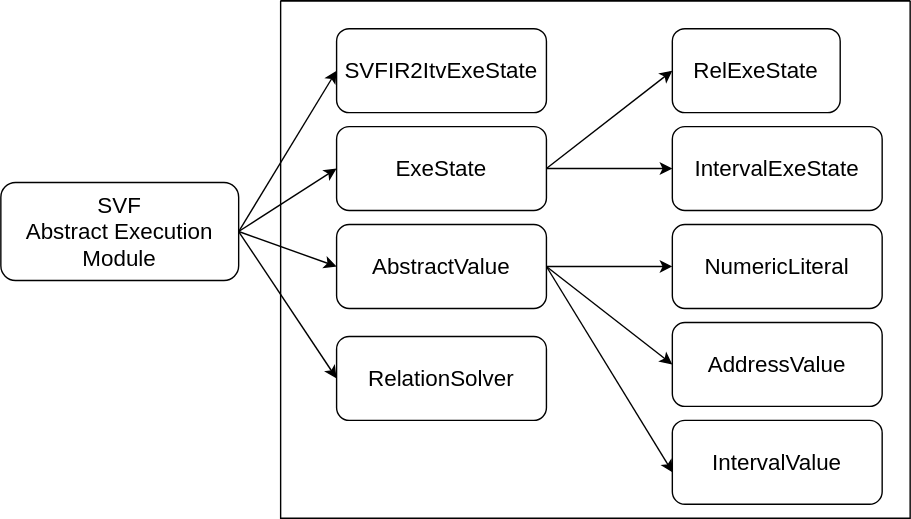
Before: SSE-big-picture.svg, a diagram exported from draw.io (JoelYYoung/pics). Source tidied: cells renumbered, new cells last; positions are measured from the earlier drawing's top-left corner, leaving out a move shared by most shapes.
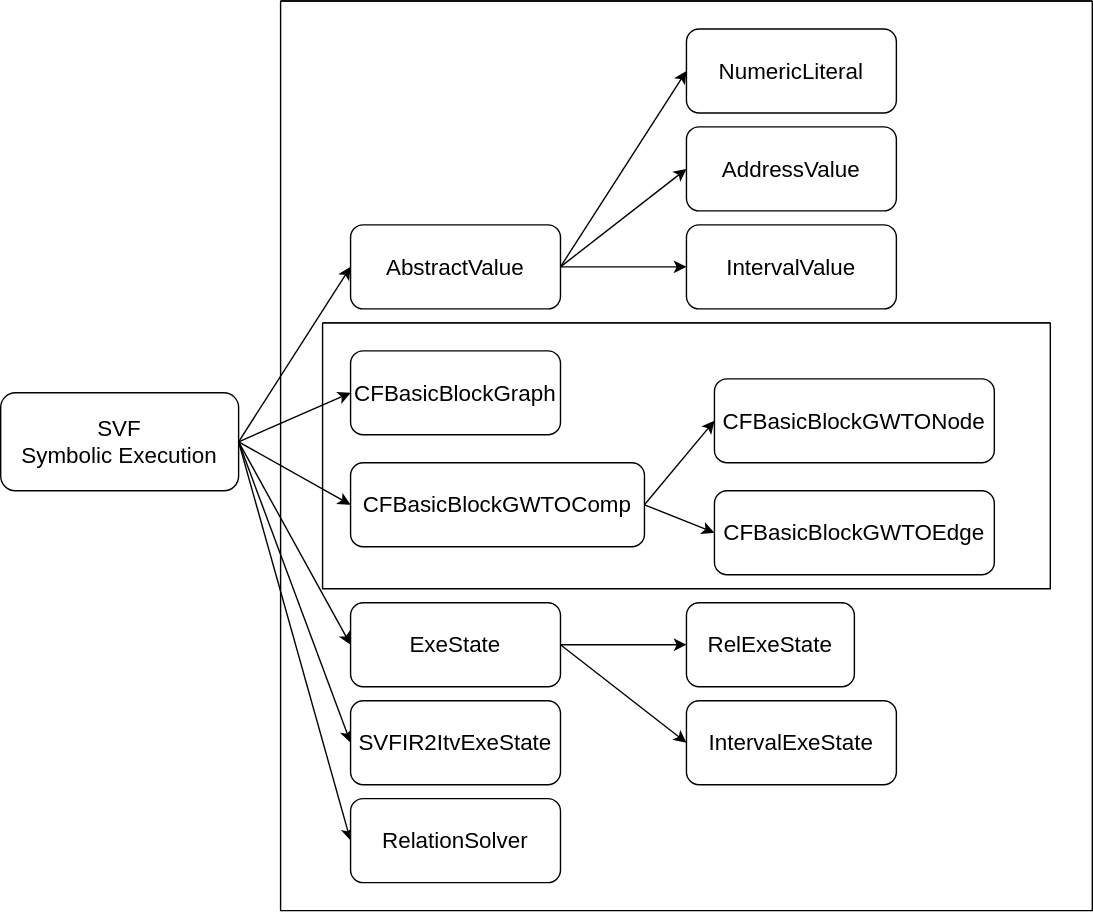
Later version of the same file.

Diff of the diagram source:
```diff
@@ -14,17 +14,23 @@
     <mxCell id="5" style="edgeStyle=none;html=1;exitX=1;exitY=0.5;exitDx=0;exitDy=0;entryX=0;entryY=0.5;entryDx=0;entryDy=0;fontSize=16;" parent="1" edge="1" source="6" target="21">
       <mxGeometry relative="1" as="geometry" />
     </mxCell>
+    <mxCell id="22" style="edgeStyle=none;html=1;exitX=1;exitY=0.5;exitDx=0;exitDy=0;entryX=0;entryY=0.5;entryDx=0;entryDy=0;fontFamily=Times New Roman;fontSize=9;" parent="1" edge="1" source="6" target="30">
+      <mxGeometry relative="1" as="geometry" />
+    </mxCell>
+    <mxCell id="23" style="edgeStyle=none;html=1;exitX=1;exitY=0.5;exitDx=0;exitDy=0;entryX=0;entryY=0.5;entryDx=0;entryDy=0;fontFamily=Times New Roman;fontSize=9;" parent="1" edge="1" source="6" target="27">
+      <mxGeometry relative="1" as="geometry" />
+    </mxCell>
-    <mxCell id="6" value="&lt;span style=&quot;font-size: 16px&quot;&gt;SVF &lt;br&gt;Abstract Execution&lt;br&gt;Module&lt;/span&gt;" style="rounded=1;whiteSpace=wrap;html=1;" parent="1" vertex="1">
+    <mxCell id="6" value="&lt;span style=&quot;font-size: 16px&quot;&gt;SVF &lt;br&gt;Symbolic Execution&lt;br&gt;&lt;/span&gt;" style="rounded=1;whiteSpace=wrap;html=1;" parent="1" vertex="1">
       <mxGeometry y="130" width="170" height="70" as="geometry" />
     </mxCell>
     <mxCell id="7" style="swimlane;startSize=0;shadow=0;fontSize=16;" parent="1" vertex="1">
-      <mxGeometry x="200" width="450" height="370" as="geometry" />
+      <mxGeometry x="200" y="-150" width="580" height="650" as="geometry" />
     </mxCell>
     <mxCell id="8" value="SVFIR2ItvExeState" style="rounded=1;whiteSpace=wrap;html=1;fontSize=16;shadow=0;" parent="7" vertex="1">
-      <mxGeometry x="40" y="20" width="150" height="60" as="geometry" />
+      <mxGeometry x="50" y="500" width="150" height="60" as="geometry" />
     </mxCell>
     <mxCell id="9" value="IntervalExeState" style="rounded=1;whiteSpace=wrap;html=1;shadow=0;fontSize=16;" parent="7" vertex="1">
-      <mxGeometry x="280" y="90" width="150" height="60" as="geometry" />
+      <mxGeometry x="290" y="500" width="150" height="60" as="geometry" />
     </mxCell>
     <mxCell id="10" style="edgeStyle=none;html=1;exitX=1;exitY=0.5;exitDx=0;exitDy=0;entryX=0;entryY=0.5;entryDx=0;entryDy=0;fontSize=16;" parent="7" edge="1" source="12" target="13">
       <mxGeometry relative="1" as="geometry" />
@@ -33,10 +39,10 @@
       <mxGeometry relative="1" as="geometry" />
     </mxCell>
     <mxCell id="12" value="ExeState" style="rounded=1;whiteSpace=wrap;html=1;shadow=0;fontSize=16;" parent="7" vertex="1">
-      <mxGeometry x="40" y="90" width="150" height="60" as="geometry" />
+      <mxGeometry x="50" y="430" width="150" height="60" as="geometry" />
     </mxCell>
     <mxCell id="13" value="RelExeState" style="rounded=1;whiteSpace=wrap;html=1;shadow=0;fontSize=16;" parent="7" vertex="1">
-      <mxGeometry x="280" y="20" width="120" height="60" as="geometry" />
+      <mxGeometry x="290" y="430" width="120" height="60" as="geometry" />
     </mxCell>
     <mxCell id="14" style="edgeStyle=none;html=1;exitX=1;exitY=0.5;exitDx=0;exitDy=0;entryX=0;entryY=0.5;entryDx=0;entryDy=0;fontSize=16;" parent="7" edge="1" source="17" target="18">
       <mxGeometry relative="1" as="geometry" />
@@ -44,23 +50,44 @@
     <mxCell id="15" style="edgeStyle=none;html=1;exitX=1;exitY=0.5;exitDx=0;exitDy=0;entryX=0;entryY=0.5;entryDx=0;entryDy=0;fontSize=16;" parent="7" edge="1" source="17" target="19">
       <mxGeometry relative="1" as="geometry" />
     </mxCell>
-    <mxCell id="16" style="edgeStyle=none;html=1;exitX=1;exitY=0.5;exitDx=0;exitDy=0;entryX=0.002;entryY=0.622;entryDx=0;entryDy=0;entryPerimeter=0;fontSize=16;" parent="7" edge="1" source="17" target="20">
+    <mxCell id="16" style="edgeStyle=none;html=1;exitX=1;exitY=0.5;exitDx=0;exitDy=0;entryX=0;entryY=0.5;entryDx=0;entryDy=0;fontSize=16;" parent="7" edge="1" source="17" target="20">
       <mxGeometry relative="1" as="geometry" />
     </mxCell>
     <mxCell id="17" value="AbstractValue" style="rounded=1;whiteSpace=wrap;html=1;shadow=0;fontSize=16;" parent="7" vertex="1">
-      <mxGeometry x="40" y="160" width="150" height="60" as="geometry" />
+      <mxGeometry x="50" y="160" width="150" height="60" as="geometry" />
     </mxCell>
     <mxCell id="18" value="NumericLiteral" style="rounded=1;whiteSpace=wrap;html=1;shadow=0;fontSize=16;" parent="7" vertex="1">
-      <mxGeometry x="280" y="160" width="150" height="60" as="geometry" />
+      <mxGeometry x="290" y="20" width="150" height="60" as="geometry" />
     </mxCell>
     <mxCell id="19" value="AddressValue" style="rounded=1;whiteSpace=wrap;html=1;shadow=0;fontSize=16;" parent="7" vertex="1">
-      <mxGeometry x="280" y="230" width="150" height="60" as="geometry" />
+      <mxGeometry x="290" y="90" width="150" height="60" as="geometry" />
     </mxCell>
     <mxCell id="20" value="IntervalValue" style="rounded=1;whiteSpace=wrap;html=1;shadow=0;fontSize=16;" parent="7" vertex="1">
-      <mxGeometry x="280" y="300" width="150" height="60" as="geometry" />
+      <mxGeometry x="290" y="160" width="150" height="60" as="geometry" />
     </mxCell>
     <mxCell id="21" value="RelationSolver" style="rounded=1;whiteSpace=wrap;html=1;shadow=0;fontSize=16;" parent="7" vertex="1">
-      <mxGeometry x="40" y="240" width="150" height="60" as="geometry" />
+      <mxGeometry x="50" y="570" width="150" height="60" as="geometry" />
     </mxCell>
+    <mxCell id="24" style="swimlane;startSize=0;fontFamily=Times New Roman;fontSize=9;" parent="7" vertex="1">
+      <mxGeometry x="30" y="230" width="520" height="190" as="geometry" />
+    </mxCell>
+    <mxCell id="25" value="&lt;span style=&quot;font-family: &amp;#34;helvetica&amp;#34; ; font-size: 16px&quot;&gt;CFBasicBlockGWTONode&lt;/span&gt;" style="rounded=1;whiteSpace=wrap;html=1;fontFamily=Times New Roman;fontSize=9;" parent="24" vertex="1">
+      <mxGeometry x="280" y="40" width="200" height="60" as="geometry" />
+    </mxCell>
+    <mxCell id="26" value="&lt;span style=&quot;font-family: &amp;#34;helvetica&amp;#34; ; font-size: 16px&quot;&gt;CFBasicBlockGWTOEdge&lt;/span&gt;" style="rounded=1;whiteSpace=wrap;html=1;fontFamily=Times New Roman;fontSize=9;" parent="24" vertex="1">
+      <mxGeometry x="280" y="120" width="200" height="60" as="geometry" />
+    </mxCell>
+    <mxCell id="27" value="&lt;span style=&quot;font-family: &amp;#34;helvetica&amp;#34; ; font-size: 16px&quot;&gt;CFBasicBlockGWTOComp&lt;/span&gt;" style="rounded=1;whiteSpace=wrap;html=1;fontFamily=Times New Roman;fontSize=9;" parent="24" vertex="1">
+      <mxGeometry x="20" y="100" width="210" height="60" as="geometry" />
+    </mxCell>
+    <mxCell id="28" style="edgeStyle=none;html=1;exitX=1;exitY=0.5;exitDx=0;exitDy=0;entryX=0;entryY=0.5;entryDx=0;entryDy=0;fontFamily=Times New Roman;fontSize=9;" parent="24" edge="1" source="27" target="25">
+      <mxGeometry relative="1" as="geometry" />
+    </mxCell>
+    <mxCell id="29" style="edgeStyle=none;html=1;exitX=1;exitY=0.5;exitDx=0;exitDy=0;entryX=0;entryY=0.5;entryDx=0;entryDy=0;fontFamily=Times New Roman;fontSize=9;" parent="24" edge="1" source="27" target="26">
+      <mxGeometry relative="1" as="geometry" />
+    </mxCell>
+    <mxCell id="30" value="&lt;span style=&quot;font-family: &amp;#34;helvetica&amp;#34; ; font-size: 16px&quot;&gt;CFBasicBlockGraph&lt;/span&gt;" style="rounded=1;whiteSpace=wrap;html=1;fontFamily=Times New Roman;fontSize=9;" parent="24" vertex="1">
+      <mxGeometry x="20" y="20" width="150" height="60" as="geometry" />
+    </mxCell>
   </root>
 </mxGraphModel>
```
